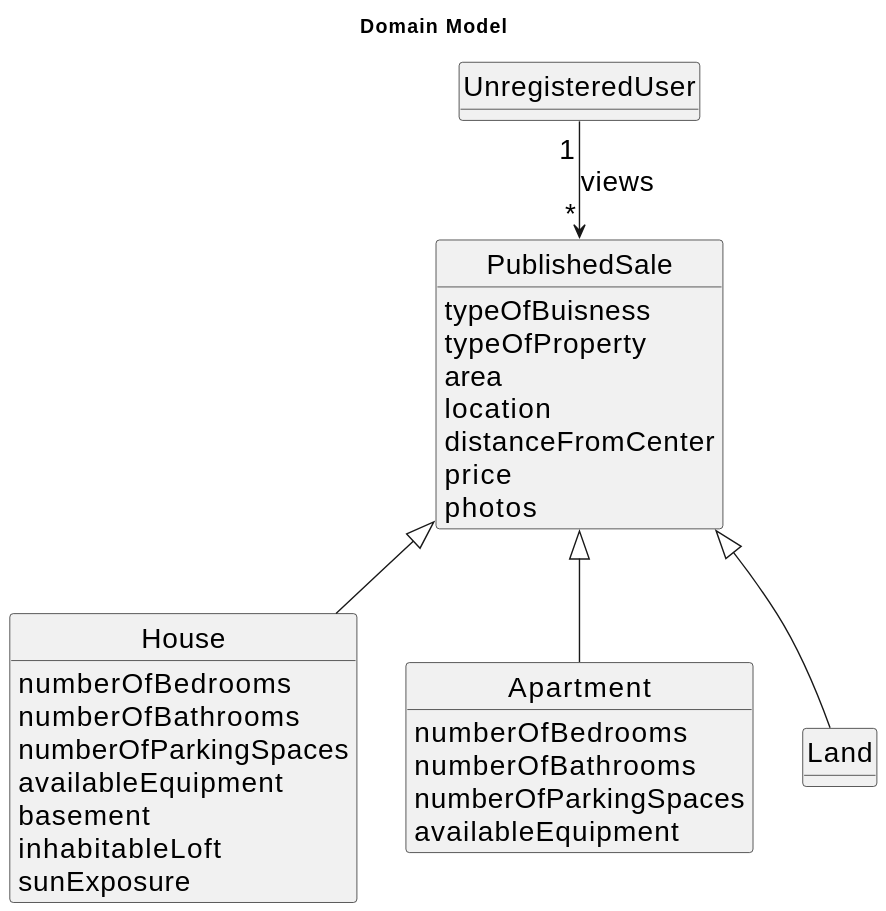
This is docs/sprintA/us001/02.analysis/svg/us001-domain-model_alternative.svg from Goncalves2525/real-estate-management-system, a PlantUML export, as it was before one commit. Source of this version:
```plantuml
@startuml
skinparamlocked defaultFontSize 20
skinparam monochrome true
skinparam packageStyle rectangle
skinparam shadowing false

skinparam classAttributeIconSize 0

hide circle
hide methods

title Domain Model


class UnregisteredUser{

}


class PublishedSale{
    typeOfBuisness
    typeOfProperty
    area
    location
    distanceFromCenter
    price
    photos
}

class House extends PublishedSale{
        numberOfBedrooms
        numberOfBathrooms
        numberOfParkingSpaces
        availableEquipment
        basement
        inhabitableLoft
        sunExposure
}

class Apartment extends PublishedSale{
    numberOfBedrooms
        numberOfBathrooms
        numberOfParkingSpaces
        availableEquipment
}

class Land extends PublishedSale{
}

UnregisteredUser "1" --> "*" PublishedSale : views
@enduml
```
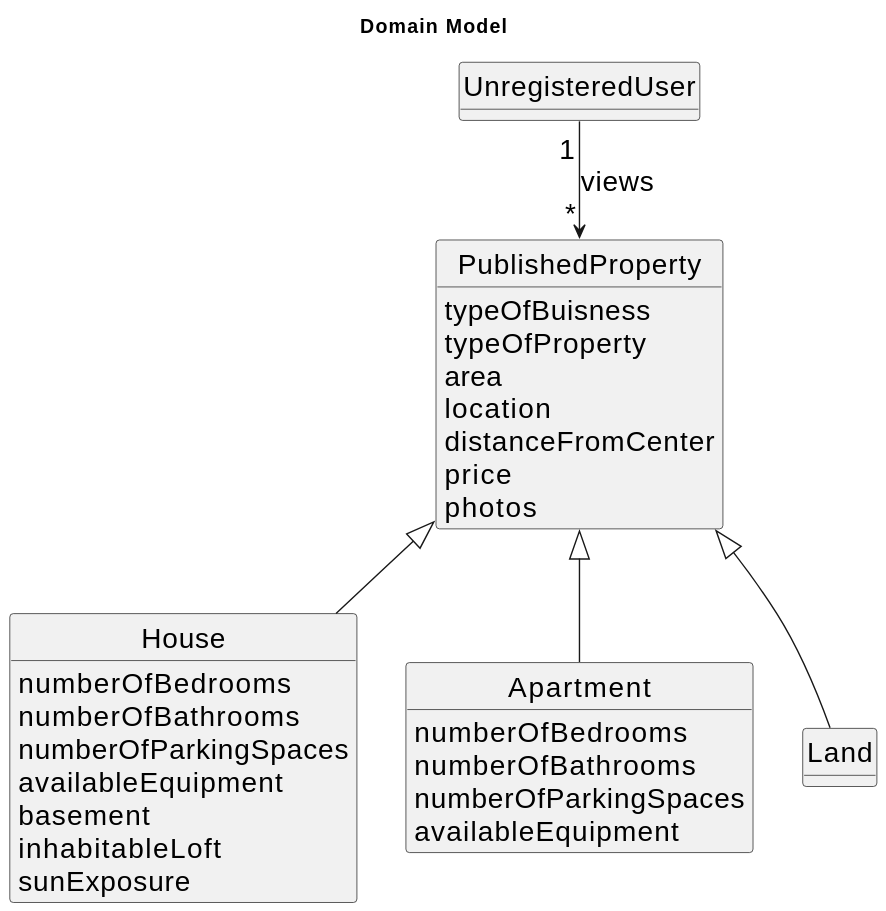
After the commit.

Diff of the diagram source:
```diff
@@ -17,7 +17,7 @@
 }
 
 
-class PublishedSale{
+class PublishedProperty{
     typeOfBuisness
     typeOfProperty
     area
@@ -27,7 +27,7 @@
     photos
 }
 
-class House extends PublishedSale{
+class House extends PublishedProperty{
         numberOfBedrooms
         numberOfBathrooms
         numberOfParkingSpaces
@@ -37,15 +37,15 @@
         sunExposure
 }
 
-class Apartment extends PublishedSale{
+class Apartment extends PublishedProperty{
     numberOfBedrooms
         numberOfBathrooms
         numberOfParkingSpaces
         availableEquipment
 }
 
-class Land extends PublishedSale{
+class Land extends PublishedProperty{
 }
 
-UnregisteredUser "1" --> "*" PublishedSale : views
+UnregisteredUser "1" --> "*" PublishedProperty : views
 @enduml
```
